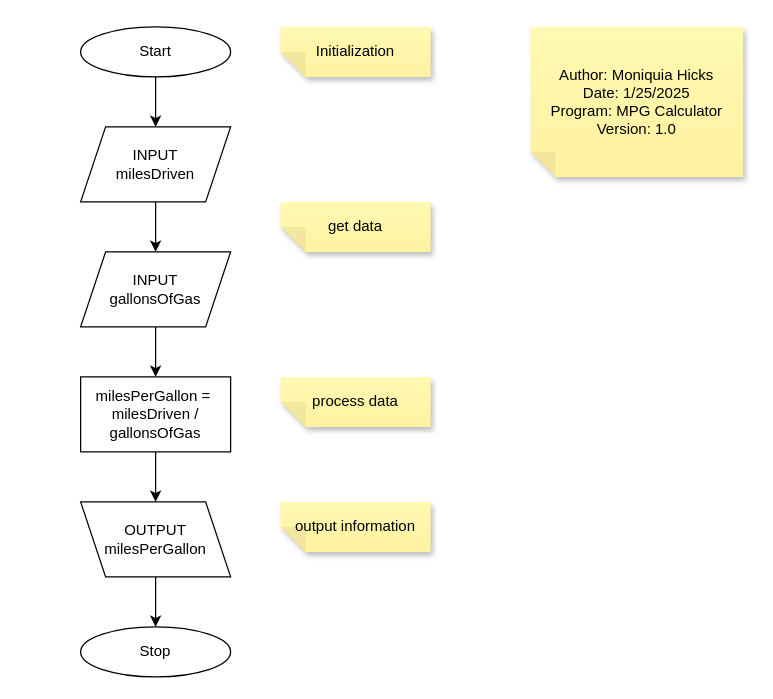
modhicks/sdev-120 keeps this draw.io diagram as mpg_calculator.drawio. Above is the earlier version. Source tidied: cells renumbered, new cells numbered last; positions are measured from the earlier drawing's top-left corner, leaving out a move shared by most shapes. Both pictures are drawn from the tidied source at 125%, with x=0, y=0 at pixel (80, 26).
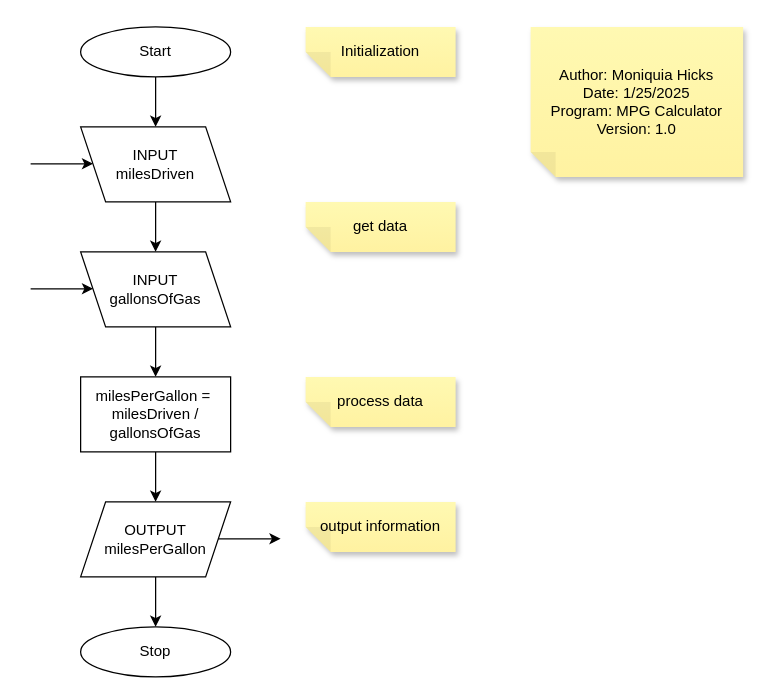
After the change.

The edit, as a diff of the source:
```diff
@@
-    <mxCell id="5" value="INPUT&lt;div&gt;milesDriven&lt;/div&gt;" style="shape=parallelogram;perimeter=parallelogramPerimeter;whiteSpace=wrap;html=1;fixedSize=1;" parent="1" vertex="1">
+    <mxCell id="5" value="INPUT&lt;div&gt;milesDriven&lt;/div&gt;" style="shape=parallelogram;perimeter=parallelogramPerimeter;whiteSpace=wrap;html=1;fixedSize=1;flipV=1;" parent="1" vertex="1">
       <mxGeometry y="80" width="120" height="60" as="geometry" />
     </mxCell>
@@
-    <mxCell id="7" value="INPUT&lt;div&gt;gallonsOfGas&lt;/div&gt;" style="shape=parallelogram;perimeter=parallelogramPerimeter;whiteSpace=wrap;html=1;fixedSize=1;" parent="1" vertex="1">
+    <mxCell id="7" value="INPUT&lt;div&gt;gallonsOfGas&lt;/div&gt;" style="shape=parallelogram;perimeter=parallelogramPerimeter;whiteSpace=wrap;html=1;fixedSize=1;flipV=1;" parent="1" vertex="1">
       <mxGeometry y="180" width="120" height="60" as="geometry" />
     </mxCell>
@@
-    <mxCell id="11" value="OUTPUT&lt;div&gt;milesPerGallon&lt;/div&gt;" style="shape=parallelogram;perimeter=parallelogramPerimeter;whiteSpace=wrap;html=1;fixedSize=1;flipV=1;" parent="1" vertex="1">
+    <mxCell id="11" value="OUTPUT&lt;div&gt;milesPerGallon&lt;/div&gt;" style="shape=parallelogram;perimeter=parallelogramPerimeter;whiteSpace=wrap;html=1;fixedSize=1;flipV=0;" parent="1" vertex="1">
       <mxGeometry y="380" width="120" height="60" as="geometry" />
     </mxCell>
@@
     <mxCell id="14" value="Initialization" style="shape=note;whiteSpace=wrap;html=1;backgroundOutline=1;fontColor=#000000;darkOpacity=0.05;fillColor=#FFF9B2;strokeColor=none;fillStyle=solid;direction=west;gradientDirection=north;gradientColor=#FFF2A1;shadow=1;size=20;" parent="1" vertex="1">
-      <mxGeometry x="160" width="120" height="40" as="geometry" />
+      <mxGeometry x="180" width="120" height="40" as="geometry" />
     </mxCell>
     <mxCell id="15" value="get data" style="shape=note;whiteSpace=wrap;html=1;backgroundOutline=1;fontColor=#000000;darkOpacity=0.05;fillColor=#FFF9B2;strokeColor=none;fillStyle=solid;direction=west;gradientDirection=north;gradientColor=#FFF2A1;shadow=1;size=20;" parent="1" vertex="1">
-      <mxGeometry x="160" y="140" width="120" height="40" as="geometry" />
+      <mxGeometry x="180" y="140" width="120" height="40" as="geometry" />
     </mxCell>
     <mxCell id="16" value="process data" style="shape=note;whiteSpace=wrap;html=1;backgroundOutline=1;fontColor=#000000;darkOpacity=0.05;fillColor=#FFF9B2;strokeColor=none;fillStyle=solid;direction=west;gradientDirection=north;gradientColor=#FFF2A1;shadow=1;size=20;" parent="1" vertex="1">
-      <mxGeometry x="160" y="280" width="120" height="40" as="geometry" />
+      <mxGeometry x="180" y="280" width="120" height="40" as="geometry" />
     </mxCell>
     <mxCell id="17" value="output information" style="shape=note;whiteSpace=wrap;html=1;backgroundOutline=1;fontColor=#000000;darkOpacity=0.05;fillColor=#FFF9B2;strokeColor=none;fillStyle=solid;direction=west;gradientDirection=north;gradientColor=#FFF2A1;shadow=1;size=20;" parent="1" vertex="1">
-      <mxGeometry x="160" y="380" width="120" height="40" as="geometry" />
+      <mxGeometry x="180" y="380" width="120" height="40" as="geometry" />
     </mxCell>
+    <mxCell id="18" style="endArrow=classic;html=1;rounded=0;" parent="1" edge="1">
+      <mxGeometry relative="1" as="geometry">
+        <mxPoint x="-40" y="109.5" as="sourcePoint" />
+        <mxPoint x="10" y="109.5" as="targetPoint" />
+      </mxGeometry>
+    </mxCell>
+    <mxCell id="19" style="endArrow=classic;html=1;rounded=0;" parent="1" edge="1">
+      <mxGeometry relative="1" as="geometry">
+        <mxPoint x="-40" y="209.5" as="sourcePoint" />
+        <mxPoint x="10" y="209.5" as="targetPoint" />
+      </mxGeometry>
+    </mxCell>
+    <mxCell id="20" style="endArrow=classic;html=1;rounded=0;" parent="1" edge="1">
+      <mxGeometry relative="1" as="geometry">
+        <mxPoint x="110" y="409.5" as="sourcePoint" />
+        <mxPoint x="160" y="409.5" as="targetPoint" />
+      </mxGeometry>
+    </mxCell>
```
